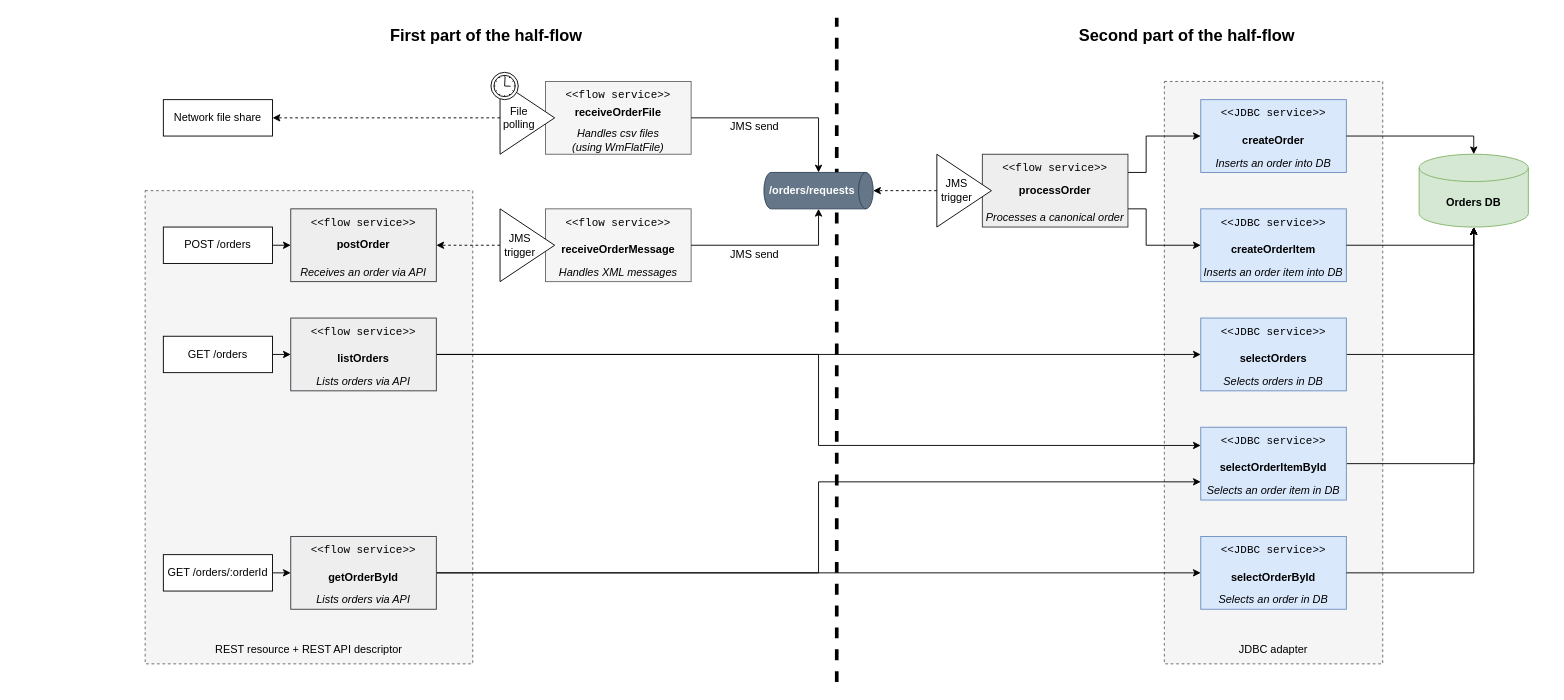
Earlier version of the draw.io diagram page "Full Architecture" (2 of 2) of resources/documentation/diagrams/diagrams.drawio (staillanibm/demoOrderManagement). Source tidied: cells renumbered, new cells numbered last; positions are measured from the earlier drawing's top-left corner, leaving out a move shared by most shapes. Both pictures are drawn from the tidied source at 91%, with x=0, y=0 at pixel (145, 17).
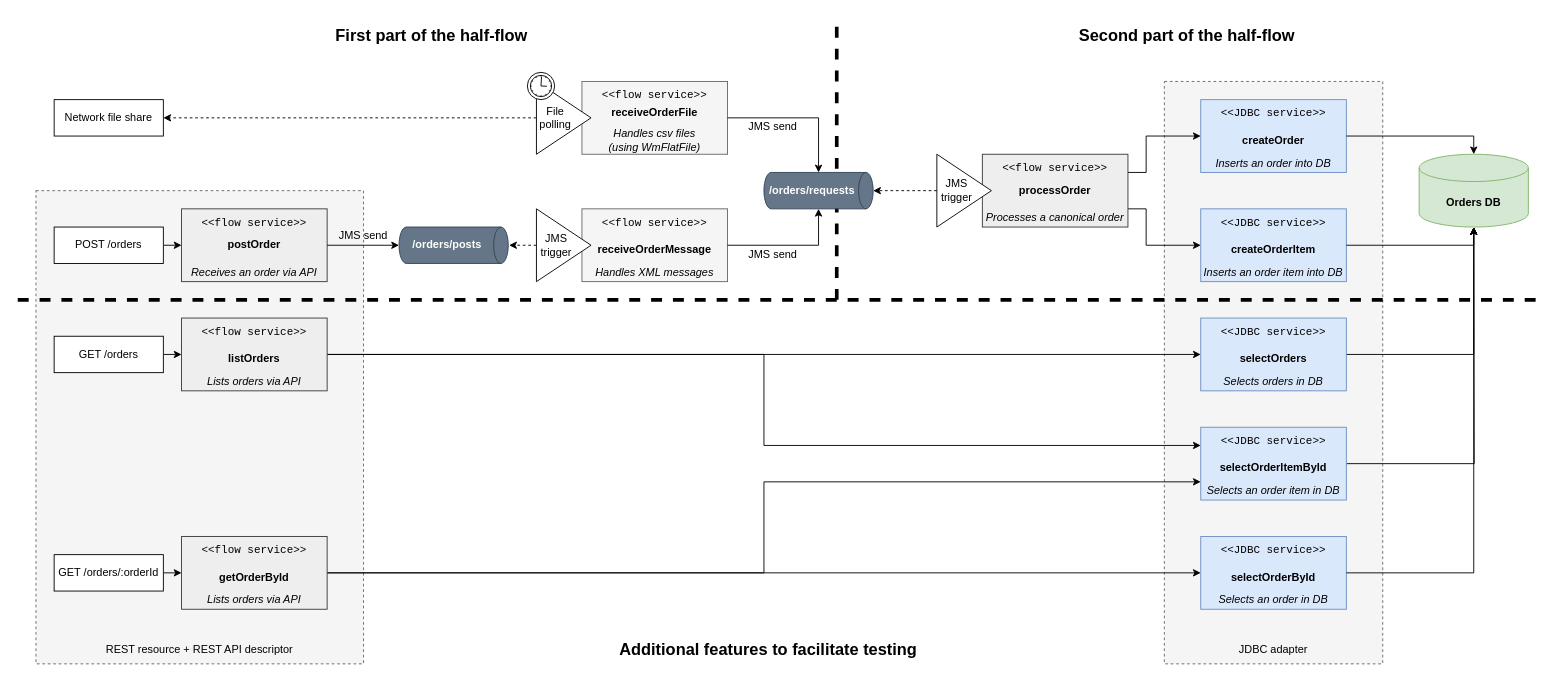
Above is the later version.

Change to the diagram source:
```diff
@@
     <mxCell id="2" style="endArrow=none;dashed=1;html=1;rounded=0;strokeWidth=4;" parent="1" edge="1">
       <mxGeometry relative="1" as="geometry">
-        <mxPoint x="760" y="730" as="sourcePoint" />
+        <mxPoint x="760" y="310" as="sourcePoint" />
         <mxPoint x="760" as="targetPoint" />
       </mxGeometry>
     </mxCell>
@@
     <mxCell id="4" style="rounded=0;whiteSpace=wrap;html=1;fillColor=#f5f5f5;dashed=1;fontColor=#333333;strokeColor=#666666;" parent="1" vertex="1">
-      <mxGeometry y="190" width="360" height="520" as="geometry" />
+      <mxGeometry x="-120" y="190" width="360" height="520" as="geometry" />
     </mxCell>
@@
     <mxCell id="11" style="rounded=0;whiteSpace=wrap;html=1;fillColor=#f5f5f5;fontColor=#333333;strokeColor=#666666;" parent="1" vertex="1">
-      <mxGeometry x="440" y="70" width="160" height="80" as="geometry" />
+      <mxGeometry x="480" y="70" width="160" height="80" as="geometry" />
     </mxCell>
     <mxCell id="12" style="rounded=0;whiteSpace=wrap;html=1;fillColor=#f5f5f5;fontColor=#333333;strokeColor=#666666;" parent="1" vertex="1">
-      <mxGeometry x="440" y="210" width="160" height="80" as="geometry" />
+      <mxGeometry x="480" y="210" width="160" height="80" as="geometry" />
     </mxCell>
@@
     <mxCell id="14" value="&lt;font face=&quot;Courier New&quot;&gt;&amp;lt;&amp;lt;flow service&amp;gt;&amp;gt;&lt;/font&gt;" style="text;html=1;align=center;verticalAlign=middle;whiteSpace=wrap;rounded=0;" parent="1" vertex="1">
-      <mxGeometry x="440" y="70" width="160" height="30" as="geometry" />
+      <mxGeometry x="480" y="70" width="160" height="30" as="geometry" />
     </mxCell>
     <mxCell id="15" value="&lt;font face=&quot;Courier New&quot;&gt;&amp;lt;&amp;lt;flow service&amp;gt;&amp;gt;&lt;/font&gt;" style="text;html=1;align=center;verticalAlign=middle;whiteSpace=wrap;rounded=0;" parent="1" vertex="1">
-      <mxGeometry x="440" y="210" width="160" height="30" as="geometry" />
+      <mxGeometry x="480" y="210" width="160" height="30" as="geometry" />
     </mxCell>
     <mxCell id="16" value="receiveOrderMessage" style="text;html=1;align=center;verticalAlign=middle;whiteSpace=wrap;rounded=0;fontStyle=1;" parent="1" vertex="1">
-      <mxGeometry x="440" y="240" width="160" height="30" as="geometry" />
+      <mxGeometry x="480" y="240" width="160" height="30" as="geometry" />
     </mxCell>
     <mxCell id="17" value="receiveOrderFile" style="text;html=1;align=center;verticalAlign=middle;whiteSpace=wrap;rounded=0;fontStyle=1;" parent="1" vertex="1">
-      <mxGeometry x="440" y="90" width="160" height="30" as="geometry" />
+      <mxGeometry x="480" y="90" width="160" height="30" as="geometry" />
     </mxCell>
@@
     <mxCell id="22" value="JMS send" style="text;html=1;align=center;verticalAlign=middle;whiteSpace=wrap;rounded=0;" parent="1" vertex="1">
-      <mxGeometry x="620" y="110" width="100" height="20" as="geometry" />
+      <mxGeometry x="640" y="110" width="100" height="20" as="geometry" />
     </mxCell>
     <mxCell id="23" value="JMS send" style="text;html=1;align=center;verticalAlign=middle;whiteSpace=wrap;rounded=0;" parent="1" vertex="1">
-      <mxGeometry x="620" y="250" width="100" height="20" as="geometry" />
+      <mxGeometry x="640" y="250" width="100" height="20" as="geometry" />
     </mxCell>
@@
     <mxCell id="35" style="triangle;whiteSpace=wrap;html=1;" parent="1" vertex="1">
-      <mxGeometry x="390" y="70" width="60" height="80" as="geometry" />
+      <mxGeometry x="430" y="70" width="60" height="80" as="geometry" />
     </mxCell>
     <mxCell id="36" style="shape=mxgraph.bpmn.event;html=1;verticalLabelPosition=bottom;labelBackgroundColor=#ffffff;verticalAlign=top;align=center;perimeter=ellipsePerimeter;outline=standard;symbol=timer;" parent="1" vertex="1">
-      <mxGeometry x="380" y="60" width="30" height="30" as="geometry" />
+      <mxGeometry x="420" y="60" width="30" height="30" as="geometry" />
     </mxCell>
     <mxCell id="37" value="File polling" style="text;html=1;align=center;verticalAlign=middle;whiteSpace=wrap;rounded=0;fontStyle=0;" parent="1" vertex="1">
-      <mxGeometry x="391" y="95" width="40" height="30" as="geometry" />
+      <mxGeometry x="431" y="95" width="40" height="30" as="geometry" />
     </mxCell>
     <mxCell id="38" value="Handles csv files&lt;br&gt;(using WmFlatFile)" style="text;html=1;align=center;verticalAlign=middle;whiteSpace=wrap;rounded=0;fontStyle=2;" parent="1" vertex="1">
-      <mxGeometry x="440" y="120" width="160" height="30" as="geometry" />
+      <mxGeometry x="480" y="120" width="160" height="30" as="geometry" />
     </mxCell>
     <mxCell id="39" value="Handles XML messages" style="text;html=1;align=center;verticalAlign=middle;whiteSpace=wrap;rounded=0;fontStyle=2;" parent="1" vertex="1">
-      <mxGeometry x="440" y="270" width="160" height="20" as="geometry" />
+      <mxGeometry x="480" y="270" width="160" height="20" as="geometry" />
     </mxCell>
@@
-    <mxCell id="43" style="edgeStyle=orthogonalEdgeStyle;rounded=0;jettySize=auto;html=1;exitX=0;exitY=0.5;exitDx=0;exitDy=0;entryX=1;entryY=0.5;entryDx=0;entryDy=0;dashed=1;" parent="1" edge="1" source="44" target="48">
-      <mxGeometry relative="1" as="geometry" />
-    </mxCell>
     <mxCell id="44" style="triangle;whiteSpace=wrap;html=1;" parent="1" vertex="1">
-      <mxGeometry x="390" y="210" width="60" height="80" as="geometry" />
+      <mxGeometry x="430" y="210" width="60" height="80" as="geometry" />
     </mxCell>
+    <mxCell id="88" style="edgeStyle=orthogonalEdgeStyle;rounded=0;orthogonalLoop=1;jettySize=auto;html=1;dashed=1;" parent="1" edge="1">
+      <mxGeometry relative="1" as="geometry">
+        <mxPoint x="430" y="250" as="sourcePoint" />
+        <mxPoint x="400" y="250" as="targetPoint" />
+      </mxGeometry>
+    </mxCell>
     <mxCell id="45" value="JMS&lt;br&gt;trigger" style="text;html=1;align=center;verticalAlign=middle;whiteSpace=wrap;rounded=0;fontStyle=0;" parent="1" vertex="1">
-      <mxGeometry x="392" y="235" width="40" height="30" as="geometry" />
+      <mxGeometry x="432" y="235" width="40" height="30" as="geometry" />
     </mxCell>
     <mxCell id="46" style="rounded=0;whiteSpace=wrap;html=1;fillColor=#eeeeee;strokeColor=#36393d;" parent="1" vertex="1">
-      <mxGeometry x="160" y="210" width="160" height="80" as="geometry" />
+      <mxGeometry x="40" y="210" width="160" height="80" as="geometry" />
     </mxCell>
     <mxCell id="47" value="&lt;font face=&quot;Courier New&quot;&gt;&amp;lt;&amp;lt;flow service&amp;gt;&amp;gt;&lt;/font&gt;" style="text;html=1;align=center;verticalAlign=middle;whiteSpace=wrap;rounded=0;" parent="1" vertex="1">
-      <mxGeometry x="160" y="210" width="160" height="30" as="geometry" />
+      <mxGeometry x="40" y="210" width="160" height="30" as="geometry" />
     </mxCell>
     <mxCell id="48" value="postOrder" style="text;html=1;align=center;verticalAlign=middle;whiteSpace=wrap;rounded=0;fontStyle=1;" parent="1" vertex="1">
-      <mxGeometry x="160" y="235" width="160" height="30" as="geometry" />
+      <mxGeometry x="40" y="235" width="160" height="30" as="geometry" />
     </mxCell>
     <mxCell id="49" value="Receives an order via API" style="text;html=1;align=center;verticalAlign=middle;whiteSpace=wrap;rounded=0;fontStyle=2;" parent="1" vertex="1">
-      <mxGeometry x="160" y="270" width="160" height="20" as="geometry" />
+      <mxGeometry x="40" y="270" width="160" height="20" as="geometry" />
     </mxCell>
@@
     <mxCell id="51" value="POST /orders" style="rounded=0;whiteSpace=wrap;html=1;" parent="1" vertex="1">
-      <mxGeometry x="20" y="230" width="120" height="40" as="geometry" />
+      <mxGeometry x="-100" y="230" width="120" height="40" as="geometry" />
     </mxCell>
@@
     <mxCell id="54" style="rounded=0;whiteSpace=wrap;html=1;fillColor=#eeeeee;strokeColor=#36393d;" parent="1" vertex="1">
-      <mxGeometry x="160" y="330" width="160" height="80" as="geometry" />
+      <mxGeometry x="40" y="330" width="160" height="80" as="geometry" />
     </mxCell>
     <mxCell id="55" value="&lt;font face=&quot;Courier New&quot;&gt;&amp;lt;&amp;lt;flow service&amp;gt;&amp;gt;&lt;/font&gt;" style="text;html=1;align=center;verticalAlign=middle;whiteSpace=wrap;rounded=0;" parent="1" vertex="1">
-      <mxGeometry x="160" y="330" width="160" height="30" as="geometry" />
+      <mxGeometry x="40" y="330" width="160" height="30" as="geometry" />
     </mxCell>
     <mxCell id="56" value="listOrders" style="text;html=1;align=center;verticalAlign=middle;whiteSpace=wrap;rounded=0;fontStyle=1;" parent="1" vertex="1">
-      <mxGeometry x="160" y="360" width="160" height="30" as="geometry" />
+      <mxGeometry x="40" y="360" width="160" height="30" as="geometry" />
     </mxCell>
     <mxCell id="57" value="Lists orders via API" style="text;html=1;align=center;verticalAlign=middle;whiteSpace=wrap;rounded=0;fontStyle=2;" parent="1" vertex="1">
-      <mxGeometry x="160" y="390" width="160" height="20" as="geometry" />
+      <mxGeometry x="40" y="390" width="160" height="20" as="geometry" />
     </mxCell>
@@
     <mxCell id="59" value="GET /orders" style="rounded=0;whiteSpace=wrap;html=1;" parent="1" vertex="1">
-      <mxGeometry x="20" y="350" width="120" height="40" as="geometry" />
+      <mxGeometry x="-100" y="350" width="120" height="40" as="geometry" />
     </mxCell>
@@
     <mxCell id="72" style="rounded=0;whiteSpace=wrap;html=1;fillColor=#eeeeee;strokeColor=#36393d;" parent="1" vertex="1">
-      <mxGeometry x="160" y="570" width="160" height="80" as="geometry" />
+      <mxGeometry x="40" y="570" width="160" height="80" as="geometry" />
     </mxCell>
     <mxCell id="73" value="&lt;font face=&quot;Courier New&quot;&gt;&amp;lt;&amp;lt;flow service&amp;gt;&amp;gt;&lt;/font&gt;" style="text;html=1;align=center;verticalAlign=middle;whiteSpace=wrap;rounded=0;" parent="1" vertex="1">
-      <mxGeometry x="160" y="570" width="160" height="30" as="geometry" />
+      <mxGeometry x="40" y="570" width="160" height="30" as="geometry" />
     </mxCell>
     <mxCell id="74" value="getOrderById" style="text;html=1;align=center;verticalAlign=middle;whiteSpace=wrap;rounded=0;fontStyle=1;" parent="1" vertex="1">
-      <mxGeometry x="160" y="600" width="160" height="30" as="geometry" />
+      <mxGeometry x="40" y="600" width="160" height="30" as="geometry" />
     </mxCell>
     <mxCell id="75" value="Lists orders via API" style="text;html=1;align=center;verticalAlign=middle;whiteSpace=wrap;rounded=0;fontStyle=2;" parent="1" vertex="1">
-      <mxGeometry x="160" y="630" width="160" height="20" as="geometry" />
+      <mxGeometry x="40" y="630" width="160" height="20" as="geometry" />
     </mxCell>
@@
     <mxCell id="81" value="GET /orders/:orderId" style="rounded=0;whiteSpace=wrap;html=1;" parent="1" vertex="1">
-      <mxGeometry x="20" y="590" width="120" height="40" as="geometry" />
+      <mxGeometry x="-100" y="590" width="120" height="40" as="geometry" />
     </mxCell>
@@
     <mxCell id="83" value="REST resource + REST API descriptor" style="text;html=1;align=center;verticalAlign=middle;whiteSpace=wrap;rounded=0;" parent="1" vertex="1">
-      <mxGeometry y="680" width="360" height="30" as="geometry" />
+      <mxGeometry x="-120" y="680" width="360" height="30" as="geometry" />
     </mxCell>
@@
     <mxCell id="85" value="Network file share" style="rounded=0;whiteSpace=wrap;html=1;" parent="1" vertex="1">
-      <mxGeometry x="20" y="90" width="120" height="40" as="geometry" />
+      <mxGeometry x="-100" y="90" width="120" height="40" as="geometry" />
     </mxCell>
     <mxCell id="86" value="First part of the half-flow" style="rounded=0;whiteSpace=wrap;html=1;strokeColor=none;fillColor=none;fontStyle=1;fontSize=18;" parent="1" vertex="1">
-      <mxGeometry y="10" width="750" height="20" as="geometry" />
+      <mxGeometry x="-120" y="10" width="870" height="20" as="geometry" />
     </mxCell>
@@
+    <mxCell id="89" style="shape=cylinder3;whiteSpace=wrap;html=1;boundedLbl=1;backgroundOutline=1;size=8;rotation=90;fillColor=#647687;fontColor=#ffffff;strokeColor=#314354;" parent="1" vertex="1">
+      <mxGeometry x="319" y="190" width="40" height="120" as="geometry" />
+    </mxCell>
+    <mxCell id="90" value="/orders/posts" style="text;html=1;align=center;verticalAlign=middle;whiteSpace=wrap;rounded=0;fontStyle=1;fontColor=#ffffff;" parent="1" vertex="1">
+      <mxGeometry x="282" y="235" width="100" height="30" as="geometry" />
+    </mxCell>
+    <mxCell id="91" value="JMS send" style="text;html=1;align=center;verticalAlign=middle;whiteSpace=wrap;rounded=0;" parent="1" vertex="1">
+      <mxGeometry x="200" y="230" width="80" height="20" as="geometry" />
+    </mxCell>
+    <mxCell id="92" style="edgeStyle=orthogonalEdgeStyle;rounded=0;jettySize=auto;html=1;exitX=1;exitY=0.5;exitDx=0;exitDy=0;entryX=0.5;entryY=1;entryDx=0;entryDy=0;entryPerimeter=0;" parent="1" edge="1" source="48" target="89">
+      <mxGeometry relative="1" as="geometry" />
+    </mxCell>
+    <mxCell id="93" style="endArrow=none;dashed=1;html=1;rounded=0;strokeWidth=4;" parent="1" edge="1">
+      <mxGeometry relative="1" as="geometry">
+        <mxPoint x="-140" y="310" as="sourcePoint" />
+        <mxPoint x="1540" y="310" as="targetPoint" />
+      </mxGeometry>
+    </mxCell>
+    <mxCell id="94" value="Additional features to facilitate testing" style="rounded=0;whiteSpace=wrap;html=1;strokeColor=none;fillColor=none;fontStyle=1;fontSize=18;" parent="1" vertex="1">
+      <mxGeometry x="260" y="685" width="850" height="20" as="geometry" />
+    </mxCell>
```
